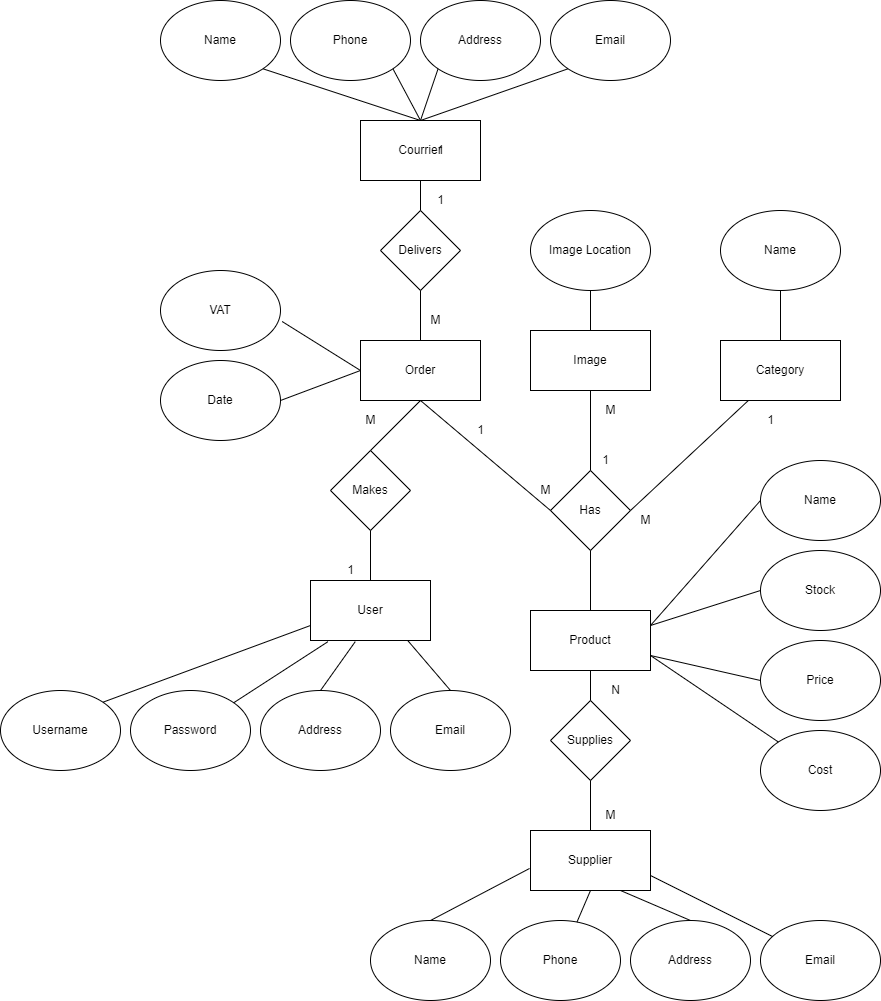
This is ER Diagram.png from KA4I/WAD2-Team-4B-Project, a draw.io export, as it was before one commit. Source tidied: cells renumbered, new cells last; positions are measured from the earlier drawing's top-left corner, leaving out a move shared by most shapes.
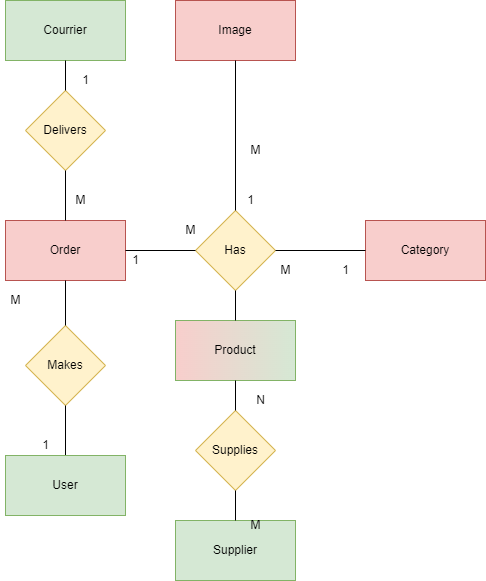
After the commit.

Diff of the diagram source:
```diff
@@ -2,14 +2,14 @@
   <root>
     <mxCell id="0" />
     <mxCell id="1" parent="0" />
-    <mxCell id="2" value="Product" style="rounded=0;whiteSpace=wrap;html=1;" parent="1" vertex="1">
-      <mxGeometry x="530" y="610" width="120" height="60" as="geometry" />
+    <mxCell id="2" value="Product" style="rounded=0;whiteSpace=wrap;html=1;fillColor=#F8CECC;strokeColor=#82b366;gradientColor=#D5E8D4;gradientDirection=east;glass=0;sketch=0;shadow=0;" parent="1" vertex="1">
+      <mxGeometry x="530" y="580" width="120" height="60" as="geometry" />
     </mxCell>
-    <mxCell id="3" value="Has" style="rhombus;whiteSpace=wrap;html=1;" parent="1" vertex="1">
+    <mxCell id="3" value="Has" style="rhombus;whiteSpace=wrap;html=1;fillColor=#fff2cc;strokeColor=#d6b656;" parent="1" vertex="1">
       <mxGeometry x="550" y="470" width="80" height="80" as="geometry" />
     </mxCell>
-    <mxCell id="4" value="Image" style="rounded=0;whiteSpace=wrap;html=1;" parent="1" vertex="1">
-      <mxGeometry x="530" y="330" width="120" height="60" as="geometry" />
+    <mxCell id="4" value="Image" style="rounded=0;whiteSpace=wrap;html=1;fillColor=#f8cecc;strokeColor=#b85450;" parent="1" vertex="1">
+      <mxGeometry x="530" y="260" width="120" height="60" as="geometry" />
     </mxCell>
     <mxCell id="5" style="endArrow=none;html=1;rounded=0;entryX=0.5;entryY=1;entryDx=0;entryDy=0;exitX=0.5;exitY=0;exitDx=0;exitDy=0;" parent="1" edge="1" source="2" target="3">
       <mxGeometry relative="1" as="geometry" />
@@ -23,11 +23,11 @@
     <mxCell id="8" value="M" style="text;html=1;align=center;verticalAlign=middle;fillColor=none;strokeColor=none;rounded=0;" parent="1" vertex="1">
       <mxGeometry x="595" y="400" width="30" height="20" as="geometry" />
     </mxCell>
-    <mxCell id="9" value="Supplier" style="rounded=0;whiteSpace=wrap;html=1;" parent="1" vertex="1">
-      <mxGeometry x="530" y="830" width="120" height="60" as="geometry" />
+    <mxCell id="9" value="Supplier" style="rounded=0;whiteSpace=wrap;html=1;fillColor=#d5e8d4;strokeColor=#82b366;" parent="1" vertex="1">
+      <mxGeometry x="530" y="780" width="120" height="60" as="geometry" />
     </mxCell>
-    <mxCell id="10" value="Supplies" style="rhombus;whiteSpace=wrap;html=1;" parent="1" vertex="1">
-      <mxGeometry x="550" y="700" width="80" height="80" as="geometry" />
+    <mxCell id="10" value="Supplies" style="rhombus;whiteSpace=wrap;html=1;fillColor=#fff2cc;strokeColor=#d6b656;" parent="1" vertex="1">
+      <mxGeometry x="550" y="670" width="80" height="80" as="geometry" />
     </mxCell>
     <mxCell id="11" style="endArrow=none;html=1;rounded=0;entryX=0.5;entryY=1;entryDx=0;entryDy=0;exitX=0.5;exitY=0;exitDx=0;exitDy=0;" parent="1" edge="1" source="10" target="2">
       <mxGeometry relative="1" as="geometry" />
@@ -36,199 +36,70 @@
       <mxGeometry relative="1" as="geometry" />
     </mxCell>
     <mxCell id="13" value="M" style="text;html=1;align=center;verticalAlign=middle;fillColor=none;strokeColor=none;rounded=0;" parent="1" vertex="1">
-      <mxGeometry x="595" y="805" width="30" height="20" as="geometry" />
+      <mxGeometry x="595" y="775" width="30" height="20" as="geometry" />
     </mxCell>
     <mxCell id="14" value="N" style="text;html=1;align=center;verticalAlign=middle;fillColor=none;strokeColor=none;rounded=0;" parent="1" vertex="1">
-      <mxGeometry x="605" y="680" width="20" height="20" as="geometry" />
+      <mxGeometry x="605" y="650" width="20" height="20" as="geometry" />
     </mxCell>
-    <mxCell id="15" value="Name" style="ellipse;whiteSpace=wrap;html=1;" parent="1" vertex="1">
-      <mxGeometry x="370" y="920" width="120" height="80" as="geometry" />
-    </mxCell>
-    <mxCell id="16" value="Phone" style="ellipse;whiteSpace=wrap;html=1;" parent="1" vertex="1">
-      <mxGeometry x="500" y="920" width="120" height="80" as="geometry" />
-    </mxCell>
-    <mxCell id="17" value="Address" style="ellipse;whiteSpace=wrap;html=1;" parent="1" vertex="1">
-      <mxGeometry x="630" y="920" width="120" height="80" as="geometry" />
-    </mxCell>
-    <mxCell id="18" value="Email" style="ellipse;whiteSpace=wrap;html=1;" parent="1" vertex="1">
-      <mxGeometry x="760" y="920" width="120" height="80" as="geometry" />
-    </mxCell>
-    <mxCell id="19" style="endArrow=none;html=1;rounded=0;entryX=-0.008;entryY=0.633;entryDx=0;entryDy=0;entryPerimeter=0;exitX=0.5;exitY=0;exitDx=0;exitDy=0;" parent="1" edge="1" source="15" target="9">
-      <mxGeometry relative="1" as="geometry" />
-    </mxCell>
-    <mxCell id="20" style="endArrow=none;html=1;rounded=0;entryX=0.5;entryY=1;entryDx=0;entryDy=0;" parent="1" edge="1" source="16" target="9">
-      <mxGeometry relative="1" as="geometry" />
-    </mxCell>
-    <mxCell id="21" style="endArrow=none;html=1;rounded=0;entryX=0.5;entryY=0;entryDx=0;entryDy=0;exitX=0.75;exitY=1;exitDx=0;exitDy=0;" parent="1" edge="1" source="9" target="17">
-      <mxGeometry relative="1" as="geometry" />
-    </mxCell>
-    <mxCell id="22" style="endArrow=none;html=1;rounded=0;exitX=1;exitY=0.75;exitDx=0;exitDy=0;" parent="1" edge="1" source="9" target="18">
-      <mxGeometry relative="1" as="geometry" />
-    </mxCell>
-    <mxCell id="23" value="Category" style="rounded=0;whiteSpace=wrap;html=1;" parent="1" vertex="1">
-      <mxGeometry x="720" y="340" width="120" height="60" as="geometry" />
+    <mxCell id="23" value="Category" style="rounded=0;whiteSpace=wrap;html=1;fillColor=#f8cecc;strokeColor=#b85450;" parent="1" vertex="1">
+      <mxGeometry x="720" y="480" width="120" height="60" as="geometry" />
     </mxCell>
     <mxCell id="24" style="endArrow=none;html=1;rounded=0;exitX=1;exitY=0.5;exitDx=0;exitDy=0;" parent="1" edge="1" source="3" target="23">
       <mxGeometry relative="1" as="geometry" />
     </mxCell>
     <mxCell id="25" value="1" style="text;html=1;align=center;verticalAlign=middle;fillColor=none;strokeColor=none;rounded=0;" parent="1" vertex="1">
-      <mxGeometry x="760" y="410" width="20" height="20" as="geometry" />
+      <mxGeometry x="690" y="520" width="20" height="20" as="geometry" />
     </mxCell>
     <mxCell id="26" value="M" style="text;html=1;align=center;verticalAlign=middle;fillColor=none;strokeColor=none;rounded=0;" parent="1" vertex="1">
-      <mxGeometry x="630" y="510" width="30" height="20" as="geometry" />
+      <mxGeometry x="625" y="520" width="30" height="20" as="geometry" />
     </mxCell>
-    <mxCell id="27" value="Order" style="rounded=0;whiteSpace=wrap;html=1;" parent="1" vertex="1">
-      <mxGeometry x="360" y="340" width="120" height="60" as="geometry" />
+    <mxCell id="27" value="Order" style="rounded=0;whiteSpace=wrap;html=1;fillColor=#F8CECC;strokeColor=#b85450;" parent="1" vertex="1">
+      <mxGeometry x="360" y="480" width="120" height="60" as="geometry" />
     </mxCell>
-    <mxCell id="28" style="endArrow=none;html=1;rounded=0;exitX=0;exitY=0.5;exitDx=0;exitDy=0;entryX=0.5;entryY=1;entryDx=0;entryDy=0;" parent="1" edge="1" source="3" target="27">
+    <mxCell id="28" style="endArrow=none;html=1;rounded=0;exitX=0;exitY=0.5;exitDx=0;exitDy=0;entryX=1;entryY=0.5;entryDx=0;entryDy=0;" parent="1" edge="1" source="3" target="27">
       <mxGeometry relative="1" as="geometry" />
     </mxCell>
     <mxCell id="29" value="1" style="text;html=1;align=center;verticalAlign=middle;fillColor=none;strokeColor=none;rounded=0;" parent="1" vertex="1">
-      <mxGeometry x="430" y="190" width="20" height="20" as="geometry" />
+      <mxGeometry x="430" y="330" width="20" height="20" as="geometry" />
     </mxCell>
     <mxCell id="30" value="M" style="text;html=1;align=center;verticalAlign=middle;fillColor=none;strokeColor=none;rounded=0;" parent="1" vertex="1">
       <mxGeometry x="530" y="480" width="30" height="20" as="geometry" />
     </mxCell>
-    <mxCell id="31" value="Image Location" style="ellipse;whiteSpace=wrap;html=1;" parent="1" vertex="1">
-      <mxGeometry x="530" y="210" width="120" height="80" as="geometry" />
-    </mxCell>
-    <mxCell id="32" style="endArrow=none;html=1;rounded=0;entryX=0.5;entryY=1;entryDx=0;entryDy=0;" parent="1" edge="1" target="31">
-      <mxGeometry relative="1" as="geometry">
-        <mxPoint x="590" y="330" as="sourcePoint" />
-      </mxGeometry>
-    </mxCell>
-    <mxCell id="33" value="Makes" style="rhombus;whiteSpace=wrap;html=1;" parent="1" vertex="1">
-      <mxGeometry x="330" y="450" width="80" height="80" as="geometry" />
+    <mxCell id="33" value="Makes" style="rhombus;whiteSpace=wrap;html=1;fillColor=#fff2cc;strokeColor=#d6b656;" parent="1" vertex="1">
+      <mxGeometry x="380" y="585" width="80" height="80" as="geometry" />
     </mxCell>
     <mxCell id="34" style="endArrow=none;html=1;rounded=0;entryX=0.5;entryY=1;entryDx=0;entryDy=0;exitX=0.5;exitY=0;exitDx=0;exitDy=0;" parent="1" edge="1" source="33" target="27">
       <mxGeometry relative="1" as="geometry" />
     </mxCell>
     <mxCell id="35" value="M" style="text;html=1;align=center;verticalAlign=middle;fillColor=none;strokeColor=none;rounded=0;" parent="1" vertex="1">
-      <mxGeometry x="355" y="410" width="30" height="20" as="geometry" />
+      <mxGeometry x="355" y="550" width="30" height="20" as="geometry" />
     </mxCell>
     <mxCell id="36" style="endArrow=none;html=1;rounded=0;entryX=0.5;entryY=1;entryDx=0;entryDy=0;exitX=0.5;exitY=0;exitDx=0;exitDy=0;" parent="1" edge="1" source="37" target="33">
       <mxGeometry relative="1" as="geometry" />
     </mxCell>
-    <mxCell id="37" value="User" style="rounded=0;whiteSpace=wrap;html=1;" parent="1" vertex="1">
-      <mxGeometry x="310" y="580" width="120" height="60" as="geometry" />
+    <mxCell id="37" value="User" style="rounded=0;whiteSpace=wrap;html=1;fillColor=#d5e8d4;strokeColor=#82b366;" parent="1" vertex="1">
+      <mxGeometry x="360" y="715" width="120" height="60" as="geometry" />
     </mxCell>
     <mxCell id="38" value="1" style="text;html=1;align=center;verticalAlign=middle;fillColor=none;strokeColor=none;rounded=0;" parent="1" vertex="1">
-      <mxGeometry x="340" y="560" width="20" height="20" as="geometry" />
+      <mxGeometry x="390" y="695" width="20" height="20" as="geometry" />
     </mxCell>
-    <mxCell id="39" value="Delivers" style="rhombus;whiteSpace=wrap;html=1;" parent="1" vertex="1">
-      <mxGeometry x="380" y="210" width="80" height="80" as="geometry" />
+    <mxCell id="39" value="Delivers" style="rhombus;whiteSpace=wrap;html=1;fillColor=#fff2cc;strokeColor=#d6b656;" parent="1" vertex="1">
+      <mxGeometry x="380" y="350" width="80" height="80" as="geometry" />
     </mxCell>
     <mxCell id="40" style="endArrow=none;html=1;rounded=0;entryX=0.5;entryY=0;entryDx=0;entryDy=0;exitX=0.5;exitY=1;exitDx=0;exitDy=0;" parent="1" edge="1" source="39" target="27">
       <mxGeometry relative="1" as="geometry" />
     </mxCell>
-    <mxCell id="41" value="Courrier" style="rounded=0;whiteSpace=wrap;html=1;" parent="1" vertex="1">
-      <mxGeometry x="360" y="120" width="120" height="60" as="geometry" />
+    <mxCell id="41" value="Courrier" style="rounded=0;whiteSpace=wrap;html=1;fillColor=#D5E8D4;strokeColor=#82b366;" parent="1" vertex="1">
+      <mxGeometry x="360" y="260" width="120" height="60" as="geometry" />
     </mxCell>
     <mxCell id="42" style="endArrow=none;html=1;rounded=0;entryX=0.5;entryY=1;entryDx=0;entryDy=0;exitX=0.5;exitY=0;exitDx=0;exitDy=0;" parent="1" edge="1" source="39" target="41">
       <mxGeometry relative="1" as="geometry" />
     </mxCell>
-    <mxCell id="43" value="1" style="text;html=1;align=center;verticalAlign=middle;fillColor=none;strokeColor=none;rounded=0;" parent="1" vertex="1">
-      <mxGeometry x="430" y="140" width="20" height="20" as="geometry" />
-    </mxCell>
     <mxCell id="44" value="M" style="text;html=1;align=center;verticalAlign=middle;fillColor=none;strokeColor=none;rounded=0;" parent="1" vertex="1">
-      <mxGeometry x="420" y="310" width="30" height="20" as="geometry" />
+      <mxGeometry x="420" y="450" width="30" height="20" as="geometry" />
     </mxCell>
     <mxCell id="45" value="1" style="text;html=1;align=center;verticalAlign=middle;fillColor=none;strokeColor=none;rounded=0;" parent="1" vertex="1">
-      <mxGeometry x="470" y="420" width="20" height="20" as="geometry" />
+      <mxGeometry x="480" y="510" width="20" height="20" as="geometry" />
     </mxCell>
-    <mxCell id="46" value="Name" style="ellipse;whiteSpace=wrap;html=1;" parent="1" vertex="1">
-      <mxGeometry x="160" width="120" height="80" as="geometry" />
-    </mxCell>
-    <mxCell id="47" value="Phone" style="ellipse;whiteSpace=wrap;html=1;" parent="1" vertex="1">
-      <mxGeometry x="290" width="120" height="80" as="geometry" />
-    </mxCell>
-    <mxCell id="48" value="Address" style="ellipse;whiteSpace=wrap;html=1;" parent="1" vertex="1">
-      <mxGeometry x="420" width="120" height="80" as="geometry" />
-    </mxCell>
-    <mxCell id="49" value="Email" style="ellipse;whiteSpace=wrap;html=1;" parent="1" vertex="1">
-      <mxGeometry x="550" width="120" height="80" as="geometry" />
-    </mxCell>
-    <mxCell id="50" style="endArrow=none;html=1;rounded=0;entryX=0;entryY=1;entryDx=0;entryDy=0;exitX=0.5;exitY=0;exitDx=0;exitDy=0;" parent="1" edge="1" source="41" target="48">
-      <mxGeometry relative="1" as="geometry" />
-    </mxCell>
-    <mxCell id="51" style="endArrow=none;html=1;rounded=0;entryX=1;entryY=1;entryDx=0;entryDy=0;exitX=0.5;exitY=0;exitDx=0;exitDy=0;" parent="1" edge="1" source="41" target="47">
-      <mxGeometry relative="1" as="geometry" />
-    </mxCell>
-    <mxCell id="52" style="endArrow=none;html=1;rounded=0;entryX=0;entryY=1;entryDx=0;entryDy=0;exitX=0.5;exitY=0;exitDx=0;exitDy=0;" parent="1" edge="1" source="41" target="49">
-      <mxGeometry relative="1" as="geometry" />
-    </mxCell>
-    <mxCell id="53" style="endArrow=none;html=1;rounded=0;entryX=0.5;entryY=0;entryDx=0;entryDy=0;exitX=1;exitY=1;exitDx=0;exitDy=0;" parent="1" edge="1" source="46" target="41">
-      <mxGeometry relative="1" as="geometry" />
-    </mxCell>
-    <mxCell id="54" value="VAT" style="ellipse;whiteSpace=wrap;html=1;" parent="1" vertex="1">
-      <mxGeometry x="160" y="270" width="120" height="80" as="geometry" />
-    </mxCell>
-    <mxCell id="55" value="Date" style="ellipse;whiteSpace=wrap;html=1;" parent="1" vertex="1">
-      <mxGeometry x="160" y="360" width="120" height="80" as="geometry" />
-    </mxCell>
-    <mxCell id="56" style="endArrow=none;html=1;rounded=0;entryX=0;entryY=0.5;entryDx=0;entryDy=0;" parent="1" edge="1" target="27">
-      <mxGeometry relative="1" as="geometry">
-        <mxPoint x="280" y="400" as="sourcePoint" />
-      </mxGeometry>
-    </mxCell>
-    <mxCell id="57" style="endArrow=none;html=1;rounded=0;entryX=0;entryY=0.5;entryDx=0;entryDy=0;exitX=1.014;exitY=0.638;exitDx=0;exitDy=0;exitPerimeter=0;" parent="1" edge="1" source="54" target="27">
-      <mxGeometry relative="1" as="geometry" />
-    </mxCell>
-    <mxCell id="58" value="Username" style="ellipse;whiteSpace=wrap;html=1;" parent="1" vertex="1">
-      <mxGeometry y="690" width="120" height="80" as="geometry" />
-    </mxCell>
-    <mxCell id="59" value="Password" style="ellipse;whiteSpace=wrap;html=1;" parent="1" vertex="1">
-      <mxGeometry x="130" y="690" width="120" height="80" as="geometry" />
-    </mxCell>
-    <mxCell id="60" value="Address" style="ellipse;whiteSpace=wrap;html=1;" parent="1" vertex="1">
-      <mxGeometry x="260" y="690" width="120" height="80" as="geometry" />
-    </mxCell>
-    <mxCell id="61" value="Email" style="ellipse;whiteSpace=wrap;html=1;" parent="1" vertex="1">
-      <mxGeometry x="390" y="690" width="120" height="80" as="geometry" />
-    </mxCell>
-    <mxCell id="62" style="endArrow=none;html=1;rounded=0;entryX=0.813;entryY=1.007;entryDx=0;entryDy=0;entryPerimeter=0;exitX=0.5;exitY=0;exitDx=0;exitDy=0;" parent="1" edge="1" source="61" target="37">
-      <mxGeometry relative="1" as="geometry" />
-    </mxCell>
-    <mxCell id="63" style="endArrow=none;html=1;rounded=0;entryX=0.373;entryY=1.019;entryDx=0;entryDy=0;entryPerimeter=0;exitX=0.5;exitY=0;exitDx=0;exitDy=0;" parent="1" edge="1" source="60" target="37">
-      <mxGeometry relative="1" as="geometry" />
-    </mxCell>
-    <mxCell id="64" style="endArrow=none;html=1;rounded=0;entryX=0.146;entryY=1.019;entryDx=0;entryDy=0;entryPerimeter=0;" parent="1" edge="1" source="59" target="37">
-      <mxGeometry relative="1" as="geometry" />
-    </mxCell>
-    <mxCell id="65" style="endArrow=none;html=1;rounded=0;entryX=0;entryY=0.75;entryDx=0;entryDy=0;exitX=1;exitY=0;exitDx=0;exitDy=0;" parent="1" edge="1" source="58" target="37">
-      <mxGeometry relative="1" as="geometry" />
-    </mxCell>
-    <mxCell id="66" value="Name" style="ellipse;whiteSpace=wrap;html=1;" parent="1" vertex="1">
-      <mxGeometry x="760" y="460" width="120" height="80" as="geometry" />
-    </mxCell>
-    <mxCell id="67" value="Stock" style="ellipse;whiteSpace=wrap;html=1;" parent="1" vertex="1">
-      <mxGeometry x="760" y="550" width="120" height="80" as="geometry" />
-    </mxCell>
-    <mxCell id="68" value="Price" style="ellipse;whiteSpace=wrap;html=1;" parent="1" vertex="1">
-      <mxGeometry x="760" y="640" width="120" height="80" as="geometry" />
-    </mxCell>
-    <mxCell id="69" style="endArrow=none;html=1;rounded=0;entryX=0;entryY=0.5;entryDx=0;entryDy=0;exitX=1;exitY=0.25;exitDx=0;exitDy=0;" parent="1" edge="1" source="2" target="66">
-      <mxGeometry relative="1" as="geometry" />
-    </mxCell>
-    <mxCell id="70" value="Cost" style="ellipse;whiteSpace=wrap;html=1;" parent="1" vertex="1">
-      <mxGeometry x="760" y="730" width="120" height="80" as="geometry" />
-    </mxCell>
-    <mxCell id="71" style="endArrow=none;html=1;rounded=0;entryX=0;entryY=0.5;entryDx=0;entryDy=0;exitX=1;exitY=0.25;exitDx=0;exitDy=0;" parent="1" edge="1" source="2" target="67">
-      <mxGeometry relative="1" as="geometry" />
-    </mxCell>
-    <mxCell id="72" style="endArrow=none;html=1;rounded=0;entryX=0;entryY=0.5;entryDx=0;entryDy=0;exitX=1;exitY=0.75;exitDx=0;exitDy=0;" parent="1" edge="1" source="2" target="68">
-      <mxGeometry relative="1" as="geometry" />
-    </mxCell>
-    <mxCell id="73" style="endArrow=none;html=1;rounded=0;entryX=1;entryY=0.75;entryDx=0;entryDy=0;" parent="1" edge="1" source="70" target="2">
-      <mxGeometry relative="1" as="geometry" />
-    </mxCell>
-    <mxCell id="74" value="Name" style="ellipse;whiteSpace=wrap;html=1;" parent="1" vertex="1">
-      <mxGeometry x="720" y="210" width="120" height="80" as="geometry" />
-    </mxCell>
-    <mxCell id="75" style="endArrow=none;html=1;rounded=0;entryX=0.5;entryY=1;entryDx=0;entryDy=0;" parent="1" edge="1" target="74">
-      <mxGeometry relative="1" as="geometry">
-        <mxPoint x="780" y="340" as="sourcePoint" />
-      </mxGeometry>
-    </mxCell>
   </root>
 </mxGraphModel>
```
